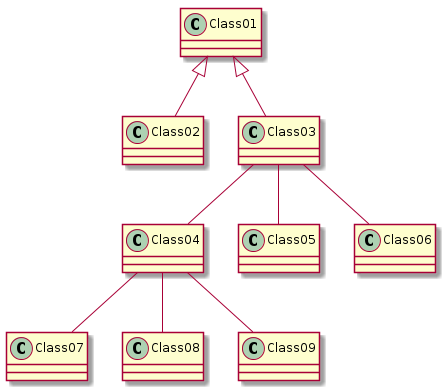
The PlantUML diagram pics/diagrams/merged-diag_0.png in mainster/projectGalvoDocu, before a commit.
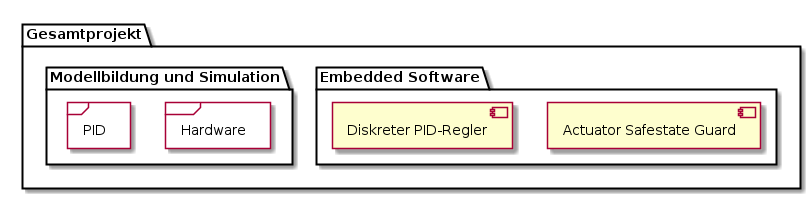
Later version of the same file.

Change to the diagram source:
```diff
@@ -1,10 +1,17 @@
 @startuml
-Class01 <|-- Class02
-Class01 <|-- Class03
-Class03 -- Class04
-Class03 -- Class05
-Class03 -- Class06
-Class04 -- Class07
-Class04 -- Class08
-Class04 -- Class09
+skinparam componentStyle uml2
+package "Gesamtprojekt" {
+    package "Embedded Software" {
+        [Actuator Safestate Guard]
+        [Diskreter PID-Regler]
+    }
+    package "Modellbildung und Simulation" {
+        frame "Hardware" {
+            [Actuator Safestate Guard]
+        }
+        frame "PID" {
+            [Diskreter PID-Regler]
+        }
+    }
+}
 @enduml
```
